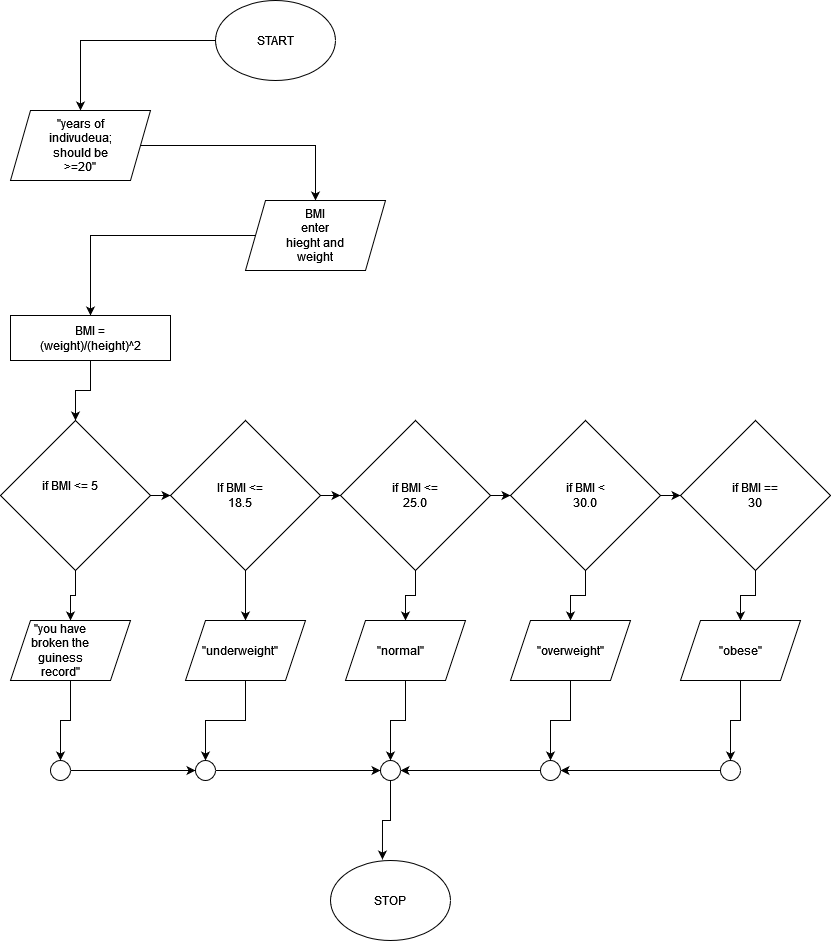
Before: CAT2_OOP2.png, a diagram exported from draw.io (emmanuel881/OOP_ZETECH). Source tidied: cells renumbered, new cells last; positions are measured from the earlier drawing's top-left corner, leaving out a move shared by most shapes. The source it was exported from:
```xml
<mxGraphModel>
  <root>
    <mxCell id="0" />
    <mxCell id="1" parent="0" />
    <mxCell id="2" style="edgeStyle=orthogonalEdgeStyle;rounded=0;jettySize=auto;html=1;" parent="1" edge="1" source="3" target="6">
      <mxGeometry relative="1" as="geometry" />
    </mxCell>
    <mxCell id="3" style="ellipse;whiteSpace=wrap;html=1;" parent="1" vertex="1">
      <mxGeometry x="215" width="120" height="80" as="geometry" />
    </mxCell>
    <mxCell id="4" value="START" style="text;html=1;strokeColor=none;fillColor=none;align=center;verticalAlign=middle;whiteSpace=wrap;rounded=0;" parent="1" vertex="1">
      <mxGeometry x="245" y="25" width="60" height="30" as="geometry" />
    </mxCell>
    <mxCell id="5" style="edgeStyle=orthogonalEdgeStyle;rounded=0;jettySize=auto;html=1;" parent="1" edge="1" source="6" target="9">
      <mxGeometry relative="1" as="geometry" />
    </mxCell>
    <mxCell id="6" style="shape=parallelogram;perimeter=parallelogramPerimeter;whiteSpace=wrap;html=1;fixedSize=1;" parent="1" vertex="1">
      <mxGeometry x="10" y="110" width="140" height="70" as="geometry" />
    </mxCell>
    <mxCell id="7" value="&quot;years of indivudeua; should be &amp;gt;=20&quot;" style="text;html=1;strokeColor=none;fillColor=none;align=center;verticalAlign=middle;whiteSpace=wrap;rounded=0;" parent="1" vertex="1">
      <mxGeometry x="50" y="130" width="60" height="30" as="geometry" />
    </mxCell>
    <mxCell id="8" style="edgeStyle=orthogonalEdgeStyle;rounded=0;jettySize=auto;html=1;" parent="1" edge="1" source="9" target="12">
      <mxGeometry relative="1" as="geometry" />
    </mxCell>
    <mxCell id="9" style="shape=parallelogram;perimeter=parallelogramPerimeter;whiteSpace=wrap;html=1;fixedSize=1;" parent="1" vertex="1">
      <mxGeometry x="245" y="200" width="140" height="70" as="geometry" />
    </mxCell>
    <mxCell id="10" value="&lt;div&gt;BMI&lt;br&gt;&lt;/div&gt;&lt;div&gt;enter hieght and weight&lt;/div&gt;" style="text;html=1;strokeColor=none;fillColor=none;align=center;verticalAlign=middle;whiteSpace=wrap;rounded=0;" parent="1" vertex="1">
      <mxGeometry x="285" y="220" width="60" height="30" as="geometry" />
    </mxCell>
    <mxCell id="11" style="edgeStyle=orthogonalEdgeStyle;rounded=0;jettySize=auto;html=1;" parent="1" edge="1" source="12" target="19">
      <mxGeometry relative="1" as="geometry" />
    </mxCell>
    <mxCell id="12" style="rounded=0;whiteSpace=wrap;html=1;" parent="1" vertex="1">
      <mxGeometry x="10" y="315" width="160" height="45" as="geometry" />
    </mxCell>
    <mxCell id="13" value="BMI = (weight)/(height)^2" style="text;html=1;strokeColor=none;fillColor=none;align=center;verticalAlign=middle;whiteSpace=wrap;rounded=0;" parent="1" vertex="1">
      <mxGeometry x="35" y="322.5" width="110" height="30" as="geometry" />
    </mxCell>
    <mxCell id="14" style="edgeStyle=orthogonalEdgeStyle;rounded=0;jettySize=auto;html=1;" parent="1" edge="1" source="16" target="27">
      <mxGeometry relative="1" as="geometry" />
    </mxCell>
    <mxCell id="15" style="edgeStyle=orthogonalEdgeStyle;rounded=0;jettySize=auto;html=1;" parent="1" edge="1" source="16" target="42">
      <mxGeometry relative="1" as="geometry" />
    </mxCell>
    <mxCell id="16" style="rhombus;whiteSpace=wrap;html=1;" parent="1" vertex="1">
      <mxGeometry x="170" y="420" width="150" height="150" as="geometry" />
    </mxCell>
    <mxCell id="17" style="edgeStyle=orthogonalEdgeStyle;rounded=0;jettySize=auto;html=1;" parent="1" edge="1" source="19" target="16">
      <mxGeometry relative="1" as="geometry" />
    </mxCell>
    <mxCell id="18" style="edgeStyle=orthogonalEdgeStyle;rounded=0;jettySize=auto;html=1;" parent="1" edge="1" source="19" target="34">
      <mxGeometry relative="1" as="geometry" />
    </mxCell>
    <mxCell id="19" style="rhombus;whiteSpace=wrap;html=1;" parent="1" vertex="1">
      <mxGeometry y="420" width="150" height="150" as="geometry" />
    </mxCell>
    <mxCell id="20" style="edgeStyle=orthogonalEdgeStyle;rounded=0;jettySize=auto;html=1;" parent="1" edge="1" source="21" target="36">
      <mxGeometry relative="1" as="geometry" />
    </mxCell>
    <mxCell id="21" style="rhombus;whiteSpace=wrap;html=1;" parent="1" vertex="1">
      <mxGeometry x="680" y="420" width="150" height="150" as="geometry" />
    </mxCell>
    <mxCell id="22" style="edgeStyle=orthogonalEdgeStyle;rounded=0;jettySize=auto;html=1;" parent="1" edge="1" source="24" target="21">
      <mxGeometry relative="1" as="geometry" />
    </mxCell>
    <mxCell id="23" style="edgeStyle=orthogonalEdgeStyle;rounded=0;jettySize=auto;html=1;" parent="1" edge="1" source="24" target="38">
      <mxGeometry relative="1" as="geometry" />
    </mxCell>
    <mxCell id="24" style="rhombus;whiteSpace=wrap;html=1;" parent="1" vertex="1">
      <mxGeometry x="510" y="420" width="150" height="150" as="geometry" />
    </mxCell>
    <mxCell id="25" style="edgeStyle=orthogonalEdgeStyle;rounded=0;jettySize=auto;html=1;" parent="1" edge="1" source="27" target="24">
      <mxGeometry relative="1" as="geometry" />
    </mxCell>
    <mxCell id="26" style="edgeStyle=orthogonalEdgeStyle;rounded=0;jettySize=auto;html=1;" parent="1" edge="1" source="27" target="40">
      <mxGeometry relative="1" as="geometry" />
    </mxCell>
    <mxCell id="27" style="rhombus;whiteSpace=wrap;html=1;" parent="1" vertex="1">
      <mxGeometry x="340" y="420" width="150" height="150" as="geometry" />
    </mxCell>
    <mxCell id="28" value="if BMI &amp;lt;= 5" style="text;html=1;strokeColor=none;fillColor=none;align=center;verticalAlign=middle;whiteSpace=wrap;rounded=0;" parent="1" vertex="1">
      <mxGeometry x="40" y="470" width="60" height="30" as="geometry" />
    </mxCell>
    <mxCell id="29" value="If BMI &amp;lt;= 18.5" style="text;html=1;strokeColor=none;fillColor=none;align=center;verticalAlign=middle;whiteSpace=wrap;rounded=0;" parent="1" vertex="1">
      <mxGeometry x="210" y="480" width="60" height="30" as="geometry" />
    </mxCell>
    <mxCell id="30" value="if BMI &amp;lt;= 25.0" style="text;html=1;strokeColor=none;fillColor=none;align=center;verticalAlign=middle;whiteSpace=wrap;rounded=0;" parent="1" vertex="1">
      <mxGeometry x="385" y="480" width="60" height="30" as="geometry" />
    </mxCell>
    <mxCell id="31" value="if BMI &amp;lt; 30.0" style="text;html=1;strokeColor=none;fillColor=none;align=center;verticalAlign=middle;whiteSpace=wrap;rounded=0;" parent="1" vertex="1">
      <mxGeometry x="555" y="480" width="60" height="30" as="geometry" />
    </mxCell>
    <mxCell id="32" value="if BMI == 30" style="text;html=1;strokeColor=none;fillColor=none;align=center;verticalAlign=middle;whiteSpace=wrap;rounded=0;" parent="1" vertex="1">
      <mxGeometry x="725" y="480" width="60" height="30" as="geometry" />
    </mxCell>
    <mxCell id="33" style="edgeStyle=orthogonalEdgeStyle;rounded=0;jettySize=auto;html=1;" parent="1" edge="1" source="34" target="49">
      <mxGeometry relative="1" as="geometry" />
    </mxCell>
    <mxCell id="34" style="shape=parallelogram;perimeter=parallelogramPerimeter;whiteSpace=wrap;html=1;fixedSize=1;" parent="1" vertex="1">
      <mxGeometry x="10" y="620" width="120" height="60" as="geometry" />
    </mxCell>
    <mxCell id="35" style="edgeStyle=orthogonalEdgeStyle;rounded=0;jettySize=auto;html=1;entryX=0.5;entryY=0;entryDx=0;entryDy=0;" parent="1" edge="1" source="36" target="51">
      <mxGeometry relative="1" as="geometry" />
    </mxCell>
    <mxCell id="36" style="shape=parallelogram;perimeter=parallelogramPerimeter;whiteSpace=wrap;html=1;fixedSize=1;" parent="1" vertex="1">
      <mxGeometry x="680" y="620" width="120" height="60" as="geometry" />
    </mxCell>
    <mxCell id="37" style="edgeStyle=orthogonalEdgeStyle;rounded=0;jettySize=auto;html=1;entryX=0.5;entryY=0;entryDx=0;entryDy=0;" parent="1" edge="1" source="38" target="53">
      <mxGeometry relative="1" as="geometry" />
    </mxCell>
    <mxCell id="38" style="shape=parallelogram;perimeter=parallelogramPerimeter;whiteSpace=wrap;html=1;fixedSize=1;" parent="1" vertex="1">
      <mxGeometry x="510" y="620" width="120" height="60" as="geometry" />
    </mxCell>
    <mxCell id="39" style="edgeStyle=orthogonalEdgeStyle;rounded=0;jettySize=auto;html=1;entryX=0.5;entryY=0;entryDx=0;entryDy=0;" parent="1" edge="1" source="40" target="55">
      <mxGeometry relative="1" as="geometry" />
    </mxCell>
    <mxCell id="40" style="shape=parallelogram;perimeter=parallelogramPerimeter;whiteSpace=wrap;html=1;fixedSize=1;" parent="1" vertex="1">
      <mxGeometry x="345" y="620" width="120" height="60" as="geometry" />
    </mxCell>
    <mxCell id="41" style="edgeStyle=orthogonalEdgeStyle;rounded=0;jettySize=auto;html=1;entryX=0.5;entryY=0;entryDx=0;entryDy=0;" parent="1" edge="1" source="42" target="57">
      <mxGeometry relative="1" as="geometry" />
    </mxCell>
    <mxCell id="42" style="shape=parallelogram;perimeter=parallelogramPerimeter;whiteSpace=wrap;html=1;fixedSize=1;" parent="1" vertex="1">
      <mxGeometry x="185" y="620" width="120" height="60" as="geometry" />
    </mxCell>
    <mxCell id="43" value="&quot;you have broken the guiness record&quot;" style="text;html=1;strokeColor=none;fillColor=none;align=center;verticalAlign=middle;whiteSpace=wrap;rounded=0;" parent="1" vertex="1">
      <mxGeometry x="30" y="635" width="60" height="30" as="geometry" />
    </mxCell>
    <mxCell id="44" value="&quot;underweight&quot;" style="text;html=1;strokeColor=none;fillColor=none;align=center;verticalAlign=middle;whiteSpace=wrap;rounded=0;" parent="1" vertex="1">
      <mxGeometry x="210" y="635" width="60" height="30" as="geometry" />
    </mxCell>
    <mxCell id="45" value="&quot;normal&quot;" style="text;html=1;strokeColor=none;fillColor=none;align=center;verticalAlign=middle;whiteSpace=wrap;rounded=0;" parent="1" vertex="1">
      <mxGeometry x="370" y="635" width="60" height="30" as="geometry" />
    </mxCell>
    <mxCell id="46" value="&quot;overweight&quot;" style="text;html=1;strokeColor=none;fillColor=none;align=center;verticalAlign=middle;whiteSpace=wrap;rounded=0;" parent="1" vertex="1">
      <mxGeometry x="540" y="635" width="60" height="30" as="geometry" />
    </mxCell>
    <mxCell id="47" value="&quot;obese&quot;" style="text;html=1;strokeColor=none;fillColor=none;align=center;verticalAlign=middle;whiteSpace=wrap;rounded=0;" parent="1" vertex="1">
      <mxGeometry x="710" y="635" width="60" height="30" as="geometry" />
    </mxCell>
    <mxCell id="48" style="edgeStyle=orthogonalEdgeStyle;rounded=0;jettySize=auto;html=1;entryX=0;entryY=0.5;entryDx=0;entryDy=0;" parent="1" edge="1" source="49" target="57">
      <mxGeometry relative="1" as="geometry" />
    </mxCell>
    <mxCell id="49" style="ellipse;whiteSpace=wrap;html=1;" parent="1" vertex="1">
      <mxGeometry x="50" y="760" width="20" height="20" as="geometry" />
    </mxCell>
    <mxCell id="50" style="edgeStyle=orthogonalEdgeStyle;rounded=0;jettySize=auto;html=1;exitX=0;exitY=0.5;exitDx=0;exitDy=0;entryX=1;entryY=0.5;entryDx=0;entryDy=0;" parent="1" edge="1" source="51" target="53">
      <mxGeometry relative="1" as="geometry" />
    </mxCell>
    <mxCell id="51" style="ellipse;whiteSpace=wrap;html=1;" parent="1" vertex="1">
      <mxGeometry x="720" y="760" width="20" height="20" as="geometry" />
    </mxCell>
    <mxCell id="52" style="edgeStyle=orthogonalEdgeStyle;rounded=0;jettySize=auto;html=1;entryX=1;entryY=0.5;entryDx=0;entryDy=0;" parent="1" edge="1" source="53" target="55">
      <mxGeometry relative="1" as="geometry" />
    </mxCell>
    <mxCell id="53" style="ellipse;whiteSpace=wrap;html=1;" parent="1" vertex="1">
      <mxGeometry x="540" y="760" width="20" height="20" as="geometry" />
    </mxCell>
    <mxCell id="54" style="edgeStyle=orthogonalEdgeStyle;rounded=0;jettySize=auto;html=1;entryX=0.433;entryY=-0.012;entryDx=0;entryDy=0;entryPerimeter=0;" parent="1" edge="1" source="55" target="58">
      <mxGeometry relative="1" as="geometry" />
    </mxCell>
    <mxCell id="55" style="ellipse;whiteSpace=wrap;html=1;" parent="1" vertex="1">
      <mxGeometry x="380" y="760" width="20" height="20" as="geometry" />
    </mxCell>
    <mxCell id="56" style="edgeStyle=orthogonalEdgeStyle;rounded=0;jettySize=auto;html=1;entryX=0;entryY=0.5;entryDx=0;entryDy=0;" parent="1" edge="1" source="57" target="55">
      <mxGeometry relative="1" as="geometry" />
    </mxCell>
    <mxCell id="57" style="ellipse;whiteSpace=wrap;html=1;" parent="1" vertex="1">
      <mxGeometry x="195" y="760" width="20" height="20" as="geometry" />
    </mxCell>
    <mxCell id="58" style="ellipse;whiteSpace=wrap;html=1;" parent="1" vertex="1">
      <mxGeometry x="330" y="860" width="120" height="80" as="geometry" />
    </mxCell>
    <mxCell id="59" value="STOP" style="text;html=1;strokeColor=none;fillColor=none;align=center;verticalAlign=middle;whiteSpace=wrap;rounded=0;" parent="1" vertex="1">
      <mxGeometry x="360" y="885" width="60" height="30" as="geometry" />
    </mxCell>
  </root>
</mxGraphModel>
```
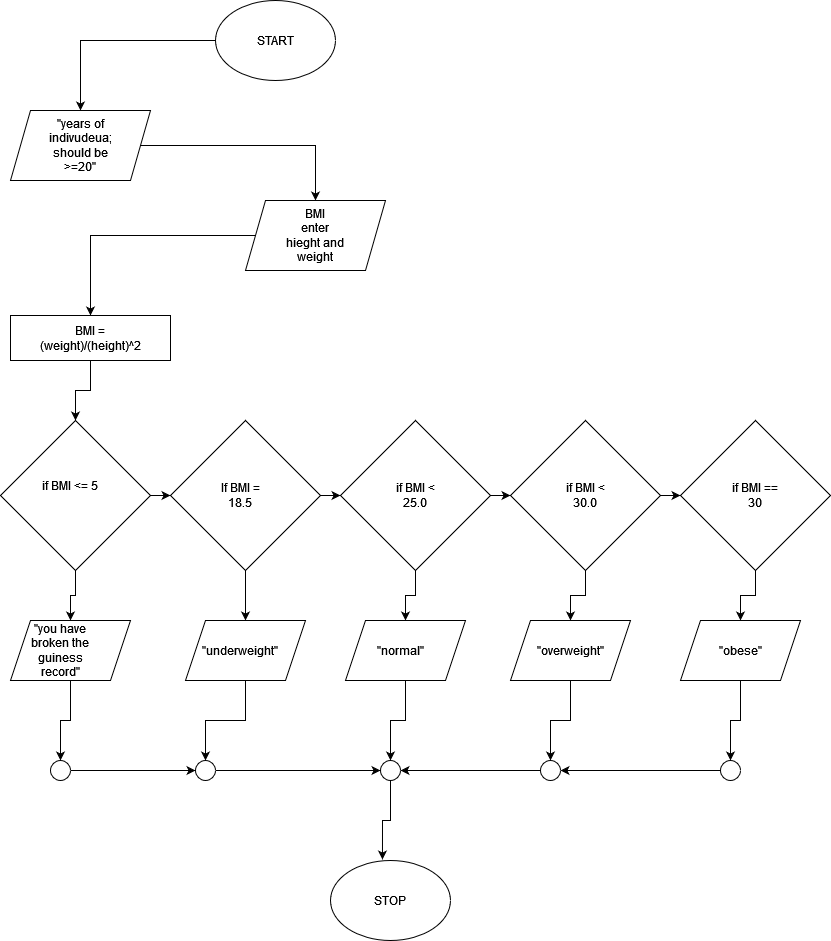
The same file after the commit.

What changed in the source:
```diff
@@ -83,10 +83,10 @@
     <mxCell id="28" value="if BMI &amp;lt;= 5" style="text;html=1;strokeColor=none;fillColor=none;align=center;verticalAlign=middle;whiteSpace=wrap;rounded=0;" parent="1" vertex="1">
       <mxGeometry x="40" y="470" width="60" height="30" as="geometry" />
     </mxCell>
-    <mxCell id="29" value="If BMI &amp;lt;= 18.5" style="text;html=1;strokeColor=none;fillColor=none;align=center;verticalAlign=middle;whiteSpace=wrap;rounded=0;" parent="1" vertex="1">
+    <mxCell id="29" value="If BMI = 18.5" style="text;html=1;strokeColor=none;fillColor=none;align=center;verticalAlign=middle;whiteSpace=wrap;rounded=0;" parent="1" vertex="1">
       <mxGeometry x="210" y="480" width="60" height="30" as="geometry" />
     </mxCell>
-    <mxCell id="30" value="if BMI &amp;lt;= 25.0" style="text;html=1;strokeColor=none;fillColor=none;align=center;verticalAlign=middle;whiteSpace=wrap;rounded=0;" parent="1" vertex="1">
+    <mxCell id="30" value="if BMI &amp;lt; 25.0" style="text;html=1;strokeColor=none;fillColor=none;align=center;verticalAlign=middle;whiteSpace=wrap;rounded=0;" parent="1" vertex="1">
       <mxGeometry x="385" y="480" width="60" height="30" as="geometry" />
     </mxCell>
     <mxCell id="31" value="if BMI &amp;lt; 30.0" style="text;html=1;strokeColor=none;fillColor=none;align=center;verticalAlign=middle;whiteSpace=wrap;rounded=0;" parent="1" vertex="1">
```
